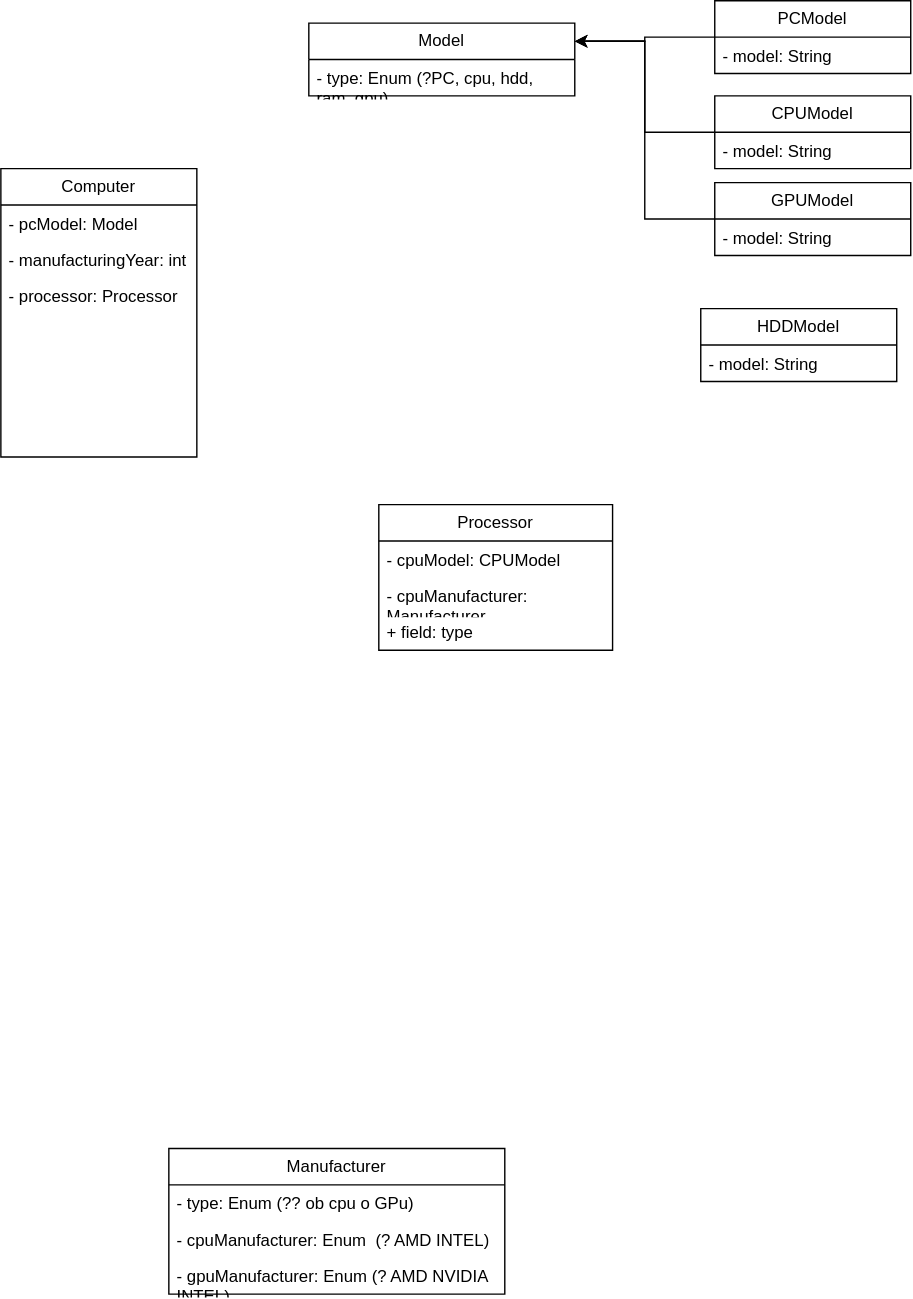
Before: course_material/Computer-UML.drawio.svg, a diagram exported from draw.io (hornsbeef/PM_PS). Source tidied: cells renumbered, new cells last; positions are measured from the earlier drawing's top-left corner, leaving out a move shared by most shapes.
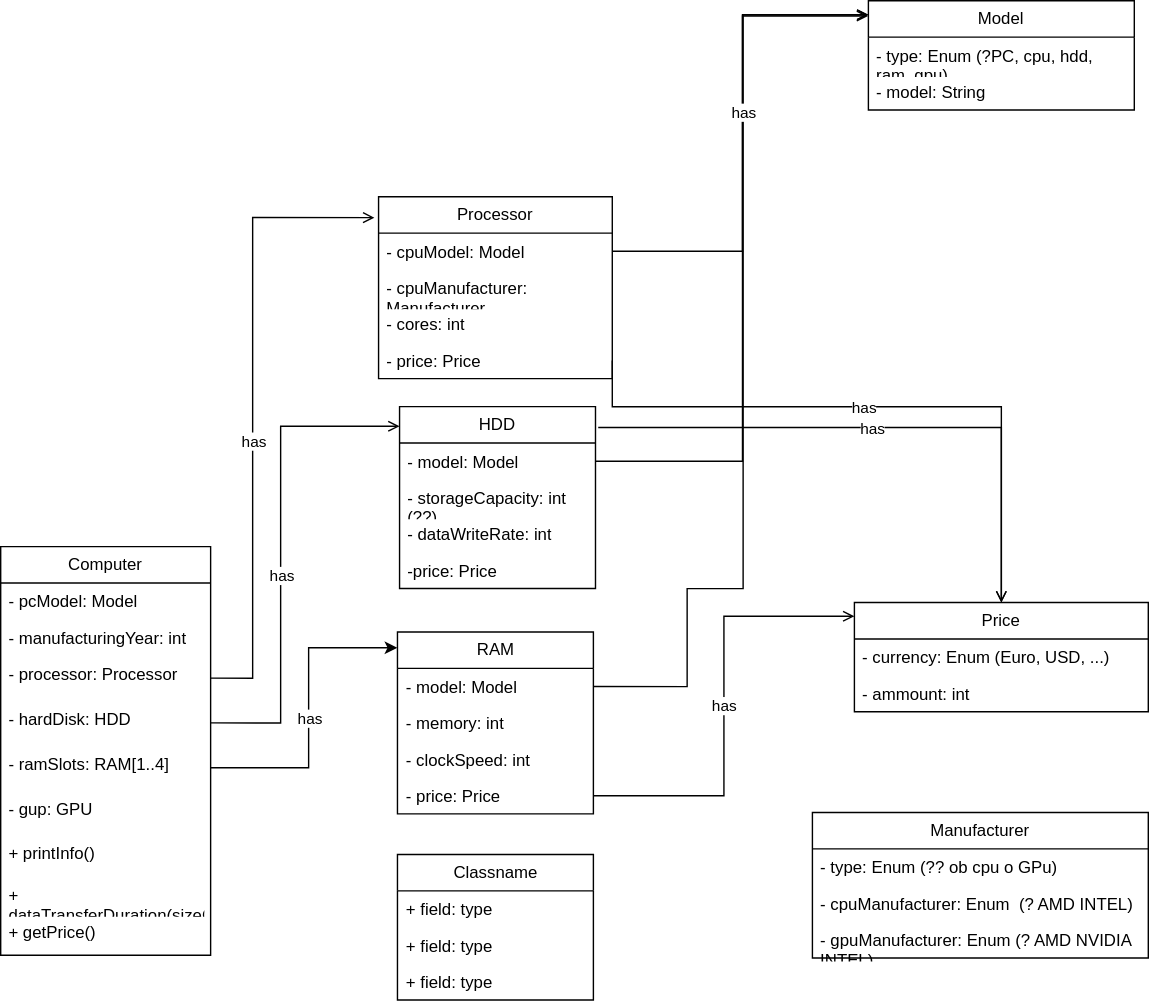
Later version of the same file.

What changed in the source:
```diff
@@ -5,3 +5,3 @@
     <mxCell id="2" value="Model" style="swimlane;fontStyle=0;horizontal=1;startSize=26;fillColor=none;whiteSpace=wrap;html=1;" parent="1" vertex="1">
-      <mxGeometry x="220" y="16" width="190" height="52" as="geometry" />
+      <mxGeometry x="580" y="30" width="190" height="78" as="geometry" />
     </mxCell>
@@ -10,27 +10,39 @@
     </mxCell>
+    <mxCell id="30" value="- model: String" style="text;strokeColor=none;fillColor=none;align=left;verticalAlign=top;spacingLeft=4;spacingRight=4;overflow=hidden;whiteSpace=wrap;html=1;" parent="2" vertex="1">
+      <mxGeometry y="52" width="190" height="26" as="geometry" />
+    </mxCell>
-    <mxCell id="4" value="Computer" style="swimlane;fontStyle=0;horizontal=1;startSize=26;fillColor=none;whiteSpace=wrap;html=1;" parent="1" vertex="1">
-      <mxGeometry y="120" width="140" height="206" as="geometry" />
+    <mxCell id="4" value="Computer" style="swimlane;fontStyle=0;horizontal=1;startSize=26;fillColor=none;whiteSpace=wrap;html=1;swimlaneLine=1;rounded=0;swimlaneFillColor=none;" parent="1" vertex="1">
+      <mxGeometry x="-40" y="420" width="150" height="292" as="geometry" />
     </mxCell>
     <mxCell id="5" value="- pcModel: Model" style="text;strokeColor=none;fillColor=none;align=left;verticalAlign=top;spacingLeft=4;spacingRight=4;overflow=hidden;whiteSpace=wrap;html=1;" parent="4" vertex="1">
-      <mxGeometry y="26" width="140" height="26" as="geometry" />
+      <mxGeometry y="26" width="150" height="26" as="geometry" />
     </mxCell>
     <mxCell id="6" value="&lt;div&gt;- manufacturingYear: int&lt;/div&gt;" style="text;strokeColor=none;fillColor=none;align=left;verticalAlign=top;spacingLeft=4;spacingRight=4;overflow=hidden;whiteSpace=wrap;html=1;" parent="4" vertex="1">
-      <mxGeometry y="52" width="140" height="26" as="geometry" />
+      <mxGeometry y="52" width="150" height="26" as="geometry" />
     </mxCell>
     <mxCell id="7" value="- processor: Processor" style="text;strokeColor=none;fillColor=none;align=left;verticalAlign=top;spacingLeft=4;spacingRight=4;overflow=hidden;points=[[0,0.5],[1,0.5]];portConstraint=eastwest;whiteSpace=wrap;html=1;" parent="4" vertex="1">
-      <mxGeometry y="78" width="140" height="32" as="geometry" />
+      <mxGeometry y="78" width="150" height="32" as="geometry" />
     </mxCell>
-    <mxCell id="8" style="text;strokeColor=none;fillColor=none;align=left;verticalAlign=top;spacingLeft=4;spacingRight=4;overflow=hidden;points=[[0,0.5],[1,0.5]];portConstraint=eastwest;whiteSpace=wrap;html=1;" parent="4" vertex="1">
-      <mxGeometry y="110" width="140" height="32" as="geometry" />
+    <mxCell id="8" value="- hardDisk: HDD" style="text;strokeColor=none;fillColor=none;align=left;verticalAlign=top;spacingLeft=4;spacingRight=4;overflow=hidden;points=[[0,0.5],[1,0.5]];portConstraint=eastwest;whiteSpace=wrap;html=1;" parent="4" vertex="1">
+      <mxGeometry y="110" width="150" height="32" as="geometry" />
     </mxCell>
-    <mxCell id="9" style="text;strokeColor=none;fillColor=none;align=left;verticalAlign=top;spacingLeft=4;spacingRight=4;overflow=hidden;points=[[0,0.5],[1,0.5]];portConstraint=eastwest;whiteSpace=wrap;html=1;" parent="4" vertex="1">
-      <mxGeometry y="142" width="140" height="32" as="geometry" />
+    <mxCell id="9" value="- ramSlots: RAM[1..4]" style="text;strokeColor=none;fillColor=none;align=left;verticalAlign=top;spacingLeft=4;spacingRight=4;overflow=hidden;points=[[0,0.5],[1,0.5]];portConstraint=eastwest;whiteSpace=wrap;html=1;" parent="4" vertex="1">
+      <mxGeometry y="142" width="150" height="32" as="geometry" />
     </mxCell>
-    <mxCell id="10" style="text;strokeColor=none;fillColor=none;align=left;verticalAlign=top;spacingLeft=4;spacingRight=4;overflow=hidden;whiteSpace=wrap;html=1;" parent="4" vertex="1">
-      <mxGeometry y="174" width="140" height="32" as="geometry" />
+    <mxCell id="10" value="- gup: GPU" style="text;strokeColor=none;fillColor=none;align=left;verticalAlign=top;spacingLeft=4;spacingRight=4;overflow=hidden;whiteSpace=wrap;html=1;" parent="4" vertex="1">
+      <mxGeometry y="174" width="150" height="32" as="geometry" />
     </mxCell>
+    <mxCell id="31" value="+ printInfo()" style="text;strokeColor=none;fillColor=none;align=left;verticalAlign=top;spacingLeft=4;spacingRight=4;overflow=hidden;whiteSpace=wrap;html=1;" parent="4" vertex="1">
+      <mxGeometry y="206" width="150" height="30" as="geometry" />
+    </mxCell>
+    <mxCell id="32" value="+ dataTransferDuration(sizeGB)" style="text;strokeColor=none;fillColor=none;align=left;verticalAlign=top;spacingLeft=4;spacingRight=4;overflow=hidden;whiteSpace=wrap;html=1;" parent="4" vertex="1">
+      <mxGeometry y="236" width="150" height="26" as="geometry" />
+    </mxCell>
+    <mxCell id="33" value="+ getPrice()" style="text;strokeColor=none;fillColor=none;align=left;verticalAlign=top;spacingLeft=4;spacingRight=4;overflow=hidden;whiteSpace=wrap;html=1;" parent="4" vertex="1">
+      <mxGeometry y="262" width="150" height="30" as="geometry" />
+    </mxCell>
     <mxCell id="11" value="Processor" style="swimlane;fontStyle=0;horizontal=1;startSize=26;fillColor=none;whiteSpace=wrap;html=1;" parent="1" vertex="1">
-      <mxGeometry x="270" y="360" width="167" height="104" as="geometry" />
+      <mxGeometry x="230" y="170" width="167" height="130" as="geometry" />
     </mxCell>
-    <mxCell id="12" value="- cpuModel: CPUModel" style="text;strokeColor=none;fillColor=none;align=left;verticalAlign=top;spacingLeft=4;spacingRight=4;overflow=hidden;points=[[0,0.5],[1,0.5]];portConstraint=eastwest;whiteSpace=wrap;html=1;" parent="11" vertex="1">
+    <mxCell id="12" value="- cpuModel: Model" style="text;strokeColor=none;fillColor=none;align=left;verticalAlign=top;spacingLeft=4;spacingRight=4;overflow=hidden;points=[[0,0.5],[1,0.5]];portConstraint=eastwest;whiteSpace=wrap;html=1;" parent="11" vertex="1">
       <mxGeometry y="26" width="167" height="26" as="geometry" />
@@ -40,7 +52,10 @@
     </mxCell>
-    <mxCell id="14" value="+ field: type" style="text;strokeColor=none;fillColor=none;align=left;verticalAlign=top;spacingLeft=4;spacingRight=4;overflow=hidden;whiteSpace=wrap;html=1;" parent="11" vertex="1">
+    <mxCell id="14" value="&lt;div&gt;- cores: int&lt;/div&gt;" style="text;strokeColor=none;fillColor=none;align=left;verticalAlign=top;spacingLeft=4;spacingRight=4;overflow=hidden;whiteSpace=wrap;html=1;" parent="11" vertex="1">
       <mxGeometry y="78" width="167" height="26" as="geometry" />
     </mxCell>
+    <mxCell id="34" value="&lt;div&gt;- price: Price&lt;/div&gt;" style="text;strokeColor=none;fillColor=none;align=left;verticalAlign=top;spacingLeft=4;spacingRight=4;overflow=hidden;points=[[0,0.5],[1,0.5]];portConstraint=eastwest;whiteSpace=wrap;html=1;" parent="11" vertex="1">
+      <mxGeometry y="104" width="167" height="26" as="geometry" />
+    </mxCell>
     <mxCell id="15" value="&lt;div&gt;Manufacturer&lt;/div&gt;" style="swimlane;fontStyle=0;horizontal=1;startSize=26;fillColor=none;whiteSpace=wrap;html=1;" parent="1" vertex="1">
-      <mxGeometry x="120" y="820" width="240" height="104" as="geometry" />
+      <mxGeometry x="540" y="610" width="240" height="104" as="geometry" />
     </mxCell>
@@ -55,35 +70,144 @@
     </mxCell>
-    <mxCell id="19" style="edgeStyle=orthogonalEdgeStyle;rounded=0;jettySize=auto;html=1;exitX=0;exitY=0.5;exitDx=0;exitDy=0;entryX=1;entryY=0.25;entryDx=0;entryDy=0;" parent="1" edge="1" source="20" target="2">
-      <mxGeometry relative="1" as="geometry" />
-    </mxCell>
-    <mxCell id="20" value="&lt;div&gt;PCModel&lt;/div&gt;" style="swimlane;fontStyle=0;horizontal=1;startSize=26;fillColor=none;whiteSpace=wrap;html=1;" parent="1" vertex="1">
-      <mxGeometry x="510" width="140" height="52" as="geometry" />
-    </mxCell>
-    <mxCell id="21" value="- model: String" style="text;strokeColor=none;fillColor=none;align=left;verticalAlign=top;spacingLeft=4;spacingRight=4;overflow=hidden;whiteSpace=wrap;html=1;" parent="20" vertex="1">
-      <mxGeometry y="26" width="140" height="26" as="geometry" />
-    </mxCell>
-    <mxCell id="22" style="edgeStyle=orthogonalEdgeStyle;rounded=0;jettySize=auto;html=1;exitX=0;exitY=0.5;exitDx=0;exitDy=0;entryX=1;entryY=0.25;entryDx=0;entryDy=0;" parent="1" edge="1" source="23" target="2">
-      <mxGeometry relative="1" as="geometry" />
-    </mxCell>
-    <mxCell id="23" value="&lt;div&gt;CPUModel&lt;/div&gt;" style="swimlane;fontStyle=0;horizontal=1;startSize=26;fillColor=none;whiteSpace=wrap;html=1;" parent="1" vertex="1">
-      <mxGeometry x="510" y="68" width="140" height="52" as="geometry" />
-    </mxCell>
-    <mxCell id="24" value="- model: String" style="text;strokeColor=none;fillColor=none;align=left;verticalAlign=top;spacingLeft=4;spacingRight=4;overflow=hidden;whiteSpace=wrap;html=1;" parent="23" vertex="1">
-      <mxGeometry y="26" width="140" height="26" as="geometry" />
-    </mxCell>
-    <mxCell id="25" style="edgeStyle=orthogonalEdgeStyle;rounded=0;jettySize=auto;html=1;entryX=1;entryY=0.25;entryDx=0;entryDy=0;" parent="1" edge="1" source="26" target="2">
-      <mxGeometry relative="1" as="geometry" />
-    </mxCell>
-    <mxCell id="26" value="&lt;div&gt;GPUModel&lt;/div&gt;" style="swimlane;fontStyle=0;horizontal=1;startSize=26;fillColor=none;whiteSpace=wrap;html=1;" parent="1" vertex="1">
-      <mxGeometry x="510" y="130" width="140" height="52" as="geometry" />
-    </mxCell>
-    <mxCell id="27" value="- model: String" style="text;strokeColor=none;fillColor=none;align=left;verticalAlign=top;spacingLeft=4;spacingRight=4;overflow=hidden;whiteSpace=wrap;html=1;" parent="26" vertex="1">
-      <mxGeometry y="26" width="140" height="26" as="geometry" />
-    </mxCell>
-    <mxCell id="28" value="&lt;div&gt;HDDModel&lt;/div&gt;" style="swimlane;fontStyle=0;horizontal=1;startSize=26;fillColor=none;whiteSpace=wrap;html=1;" parent="1" vertex="1">
-      <mxGeometry x="500" y="220" width="140" height="52" as="geometry" />
-    </mxCell>
-    <mxCell id="29" value="- model: String" style="text;strokeColor=none;fillColor=none;align=left;verticalAlign=top;spacingLeft=4;spacingRight=4;overflow=hidden;whiteSpace=wrap;html=1;" parent="28" vertex="1">
-      <mxGeometry y="26" width="140" height="26" as="geometry" />
-    </mxCell>
+    <mxCell id="35" value="Price" style="swimlane;fontStyle=0;horizontal=1;startSize=26;fillColor=none;whiteSpace=wrap;html=1;" parent="1" vertex="1">
+      <mxGeometry x="570" y="460" width="210" height="78" as="geometry" />
+    </mxCell>
+    <mxCell id="36" value="- currency: Enum (Euro, USD, ...)" style="text;strokeColor=none;fillColor=none;align=left;verticalAlign=top;spacingLeft=4;spacingRight=4;overflow=hidden;whiteSpace=wrap;html=1;" parent="35" vertex="1">
+      <mxGeometry y="26" width="210" height="26" as="geometry" />
+    </mxCell>
+    <mxCell id="37" value="- ammount: int" style="text;strokeColor=none;fillColor=none;align=left;verticalAlign=top;spacingLeft=4;spacingRight=4;overflow=hidden;whiteSpace=wrap;html=1;" parent="35" vertex="1">
+      <mxGeometry y="52" width="210" height="26" as="geometry" />
+    </mxCell>
+    <mxCell id="38" style="edgeStyle=orthogonalEdgeStyle;rounded=0;jettySize=auto;html=1;exitX=1;exitY=0.5;exitDx=0;exitDy=0;entryX=-0.018;entryY=0.115;entryDx=0;entryDy=0;curved=0;flowAnimation=0;shadow=0;endArrow=open;endFill=0;entryPerimeter=0;" parent="1" edge="1" source="7" target="11">
+      <mxGeometry relative="1" as="geometry">
+        <Array as="points">
+          <mxPoint x="140" y="514" />
+          <mxPoint x="140" y="185" />
+        </Array>
+      </mxGeometry>
+    </mxCell>
+    <mxCell id="39" value="has" style="edgeLabel;html=1;align=center;verticalAlign=middle;" parent="38" vertex="1">
+      <mxGeometry x="-0.1" y="-1" relative="1" as="geometry" />
+    </mxCell>
+    <mxCell id="40" style="edgeStyle=orthogonalEdgeStyle;rounded=0;jettySize=auto;html=1;exitX=1;exitY=0.5;exitDx=0;exitDy=0;entryX=0.5;entryY=0;entryDx=0;entryDy=0;endArrow=open;endFill=0;" parent="1" edge="1" source="34" target="35">
+      <mxGeometry relative="1" as="geometry">
+        <Array as="points">
+          <mxPoint x="397" y="320" />
+          <mxPoint x="675" y="320" />
+        </Array>
+      </mxGeometry>
+    </mxCell>
+    <mxCell id="41" value="has" style="edgeLabel;html=1;align=center;verticalAlign=middle;" parent="40" vertex="1">
+      <mxGeometry x="-0.06" y="-1" relative="1" as="geometry">
+        <mxPoint x="1" as="offset" />
+      </mxGeometry>
+    </mxCell>
+    <mxCell id="42" value="HDD" style="swimlane;fontStyle=0;horizontal=1;startSize=26;fillColor=none;whiteSpace=wrap;html=1;" parent="1" vertex="1">
+      <mxGeometry x="245" y="320" width="140" height="130" as="geometry" />
+    </mxCell>
+    <mxCell id="43" style="edgeStyle=orthogonalEdgeStyle;rounded=0;jettySize=auto;html=1;exitX=1;exitY=0.5;exitDx=0;exitDy=0;endArrow=open;endFill=0;" parent="42" edge="1" source="44">
+      <mxGeometry relative="1" as="geometry">
+        <mxPoint x="335" y="-280" as="targetPoint" />
+        <Array as="points">
+          <mxPoint x="245" y="39" />
+          <mxPoint x="245" y="-280" />
+        </Array>
+      </mxGeometry>
+    </mxCell>
+    <mxCell id="44" value="&lt;div&gt;- model: Model&lt;/div&gt;" style="text;strokeColor=none;fillColor=none;align=left;verticalAlign=top;spacingLeft=4;spacingRight=4;overflow=hidden;points=[[0,0.5],[1,0.5]];portConstraint=eastwest;whiteSpace=wrap;html=1;" parent="42" vertex="1">
+      <mxGeometry y="26" width="140" height="26" as="geometry" />
+    </mxCell>
+    <mxCell id="45" value="- storageCapacity: int (??)" style="text;strokeColor=none;fillColor=none;align=left;verticalAlign=top;spacingLeft=4;spacingRight=4;overflow=hidden;whiteSpace=wrap;html=1;" parent="42" vertex="1">
+      <mxGeometry y="52" width="140" height="26" as="geometry" />
+    </mxCell>
+    <mxCell id="46" value="- dataWriteRate: int" style="text;strokeColor=none;fillColor=none;align=left;verticalAlign=top;spacingLeft=4;spacingRight=4;overflow=hidden;whiteSpace=wrap;html=1;" parent="42" vertex="1">
+      <mxGeometry y="78" width="140" height="26" as="geometry" />
+    </mxCell>
+    <mxCell id="47" value="-price: Price" style="text;strokeColor=none;fillColor=none;align=left;verticalAlign=top;spacingLeft=4;spacingRight=4;overflow=hidden;whiteSpace=wrap;html=1;" parent="42" vertex="1">
+      <mxGeometry y="104" width="140" height="26" as="geometry" />
+    </mxCell>
+    <mxCell id="48" style="edgeStyle=orthogonalEdgeStyle;rounded=0;jettySize=auto;html=1;exitX=1.014;exitY=0.115;exitDx=0;exitDy=0;entryX=0.5;entryY=0;entryDx=0;entryDy=0;endArrow=open;endFill=0;exitPerimeter=0;" parent="1" edge="1" source="42" target="35">
+      <mxGeometry relative="1" as="geometry" />
+    </mxCell>
+    <mxCell id="49" value="has" style="edgeLabel;html=1;align=center;verticalAlign=middle;" parent="48" vertex="1">
+      <mxGeometry x="-0.06" y="-1" relative="1" as="geometry">
+        <mxPoint x="1" as="offset" />
+      </mxGeometry>
+    </mxCell>
+    <mxCell id="50" style="edgeStyle=orthogonalEdgeStyle;rounded=0;jettySize=auto;html=1;exitX=1;exitY=0.5;exitDx=0;exitDy=0;entryX=0;entryY=0.108;entryDx=0;entryDy=0;curved=0;flowAnimation=0;shadow=0;endArrow=open;endFill=0;entryPerimeter=0;" parent="1" edge="1" source="8" target="42">
+      <mxGeometry relative="1" as="geometry">
+        <Array as="points">
+          <mxPoint x="160" y="546" />
+          <mxPoint x="160" y="334" />
+        </Array>
+      </mxGeometry>
+    </mxCell>
+    <mxCell id="51" value="has" style="edgeLabel;html=1;align=center;verticalAlign=middle;" parent="50" vertex="1">
+      <mxGeometry x="-0.1" y="-1" relative="1" as="geometry" />
+    </mxCell>
+    <mxCell id="52" value="RAM" style="swimlane;fontStyle=0;horizontal=1;startSize=26;fillColor=none;whiteSpace=wrap;html=1;" parent="1" vertex="1">
+      <mxGeometry x="243.5" y="481" width="140" height="130" as="geometry" />
+    </mxCell>
+    <mxCell id="53" style="edgeStyle=orthogonalEdgeStyle;rounded=0;jettySize=auto;html=1;exitX=1;exitY=0.5;exitDx=0;exitDy=0;endArrow=open;endFill=0;" parent="52" edge="1" source="54">
+      <mxGeometry relative="1" as="geometry">
+        <mxPoint x="336.5" y="-441" as="targetPoint" />
+        <Array as="points">
+          <mxPoint x="207" y="39" />
+          <mxPoint x="207" y="-31" />
+          <mxPoint x="247" y="-31" />
+          <mxPoint x="247" y="-441" />
+        </Array>
+      </mxGeometry>
+    </mxCell>
+    <mxCell id="54" value="&lt;div&gt;- model: Model&lt;/div&gt;" style="text;strokeColor=none;fillColor=none;align=left;verticalAlign=top;spacingLeft=4;spacingRight=4;overflow=hidden;points=[[0,0.5],[1,0.5]];portConstraint=eastwest;whiteSpace=wrap;html=1;" parent="52" vertex="1">
+      <mxGeometry y="26" width="140" height="26" as="geometry" />
+    </mxCell>
+    <mxCell id="55" value="- memory: int" style="text;strokeColor=none;fillColor=none;align=left;verticalAlign=top;spacingLeft=4;spacingRight=4;overflow=hidden;whiteSpace=wrap;html=1;" parent="52" vertex="1">
+      <mxGeometry y="52" width="140" height="26" as="geometry" />
+    </mxCell>
+    <mxCell id="56" value="- clockSpeed: int" style="text;strokeColor=none;fillColor=none;align=left;verticalAlign=top;spacingLeft=4;spacingRight=4;overflow=hidden;whiteSpace=wrap;html=1;" parent="52" vertex="1">
+      <mxGeometry y="78" width="140" height="26" as="geometry" />
+    </mxCell>
+    <mxCell id="57" value="- price: Price" style="text;strokeColor=none;fillColor=none;align=left;verticalAlign=top;spacingLeft=4;spacingRight=4;overflow=hidden;points=[[0,0.5],[1,0.5]];portConstraint=eastwest;whiteSpace=wrap;html=1;" parent="52" vertex="1">
+      <mxGeometry y="104" width="140" height="26" as="geometry" />
+    </mxCell>
+    <mxCell id="58" style="edgeStyle=orthogonalEdgeStyle;rounded=0;jettySize=auto;html=1;exitX=1;exitY=0.5;exitDx=0;exitDy=0;entryX=-0.001;entryY=0.14;entryDx=0;entryDy=0;entryPerimeter=0;endArrow=open;endFill=0;" parent="1" edge="1" source="12" target="2">
+      <mxGeometry relative="1" as="geometry">
+        <Array as="points">
+          <mxPoint x="490" y="209" />
+          <mxPoint x="490" y="41" />
+        </Array>
+      </mxGeometry>
+    </mxCell>
+    <mxCell id="59" value="has" style="edgeLabel;html=1;align=center;verticalAlign=middle;" parent="58" vertex="1">
+      <mxGeometry x="0.1" y="-1" relative="1" as="geometry" />
+    </mxCell>
+    <mxCell id="60" style="edgeStyle=orthogonalEdgeStyle;rounded=0;jettySize=auto;html=1;exitX=1;exitY=0.5;exitDx=0;exitDy=0;entryX=0;entryY=0.126;entryDx=0;entryDy=0;entryPerimeter=0;endArrow=open;endFill=0;" parent="1" edge="1" source="57" target="35">
+      <mxGeometry relative="1" as="geometry" />
+    </mxCell>
+    <mxCell id="61" value="has" style="edgeLabel;html=1;align=center;verticalAlign=middle;" parent="60" vertex="1">
+      <mxGeometry relative="1" as="geometry" />
+    </mxCell>
+    <mxCell id="62" style="edgeStyle=orthogonalEdgeStyle;rounded=0;jettySize=auto;html=1;exitX=1;exitY=0.5;exitDx=0;exitDy=0;entryX=-0.001;entryY=0.087;entryDx=0;entryDy=0;entryPerimeter=0;" parent="1" edge="1" source="9" target="52">
+      <mxGeometry relative="1" as="geometry">
+        <Array as="points">
+          <mxPoint x="180" y="578" />
+          <mxPoint x="180" y="492" />
+        </Array>
+      </mxGeometry>
+    </mxCell>
+    <mxCell id="63" value="has" style="edgeLabel;html=1;align=center;verticalAlign=middle;" parent="62" vertex="1">
+      <mxGeometry x="-0.04" y="-1" relative="1" as="geometry" />
+    </mxCell>
+    <mxCell id="64" value="Classname" style="swimlane;fontStyle=0;horizontal=1;startSize=26;fillColor=none;whiteSpace=wrap;html=1;" parent="1" vertex="1">
+      <mxGeometry x="243.5" y="640" width="140" height="104" as="geometry" />
+    </mxCell>
+    <mxCell id="65" value="+ field: type" style="text;strokeColor=none;fillColor=none;align=left;verticalAlign=top;spacingLeft=4;spacingRight=4;overflow=hidden;whiteSpace=wrap;html=1;" parent="64" vertex="1">
+      <mxGeometry y="26" width="140" height="26" as="geometry" />
+    </mxCell>
+    <mxCell id="66" value="+ field: type" style="text;strokeColor=none;fillColor=none;align=left;verticalAlign=top;spacingLeft=4;spacingRight=4;overflow=hidden;whiteSpace=wrap;html=1;" parent="64" vertex="1">
+      <mxGeometry y="52" width="140" height="26" as="geometry" />
+    </mxCell>
+    <mxCell id="67" value="+ field: type" style="text;strokeColor=none;fillColor=none;align=left;verticalAlign=top;spacingLeft=4;spacingRight=4;overflow=hidden;whiteSpace=wrap;html=1;" parent="64" vertex="1">
+      <mxGeometry y="78" width="140" height="26" as="geometry" />
+    </mxCell>
   </root>
```
